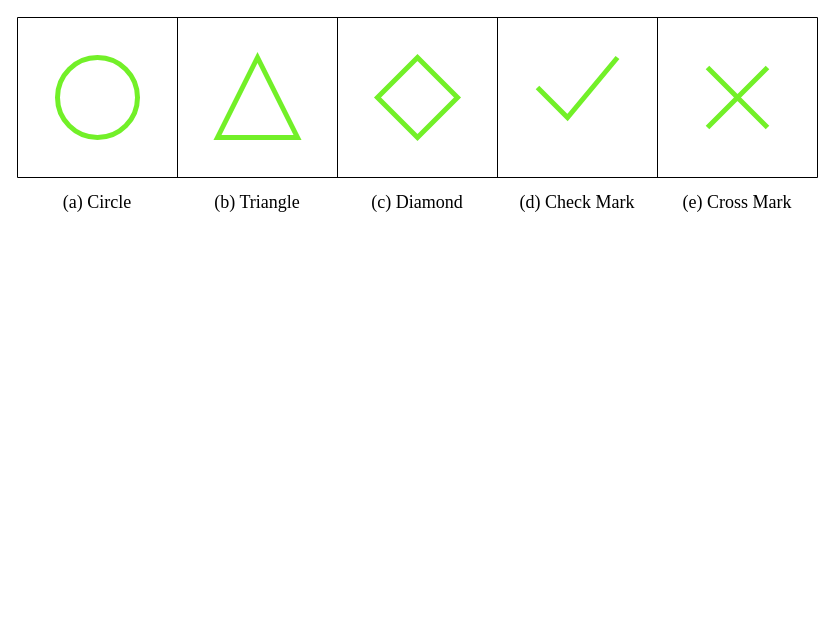
Before: Untitled Diagram.drawio in fengliang2023/test, a draw.io diagram. Source tidied: cells renumbered, new cells numbered last; positions are measured from the earlier drawing's top-left corner, leaving out a move shared by most shapes. Both pictures are drawn from the tidied source at 100%, with x=0, y=0 at pixel (17, 17).
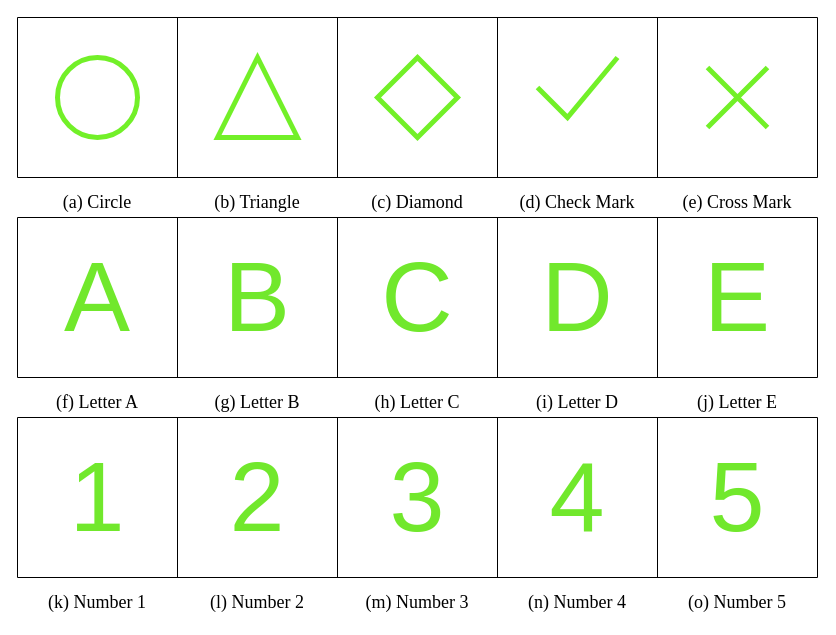
The same page after the edit.

The edit, as a diff of the source:
```diff
@@
+    <mxCell id="20" style="group;" parent="1" vertex="1">
+      <mxGeometry width="800" height="200" as="geometry" />
+    </mxCell>
-    <mxCell id="2" style="ellipse;whiteSpace=wrap;html=1;strokeWidth=5;fillColor=none;gradientColor=#97d077;strokeColor=#72F028;" parent="1" vertex="1">
+    <mxCell id="2" style="ellipse;whiteSpace=wrap;html=1;strokeWidth=5;fillColor=none;gradientColor=#97d077;strokeColor=#72F028;" parent="20" vertex="1">
       <mxGeometry x="40" y="40" width="80" height="80" as="geometry" />
     </mxCell>
-    <mxCell id="3" style="rhombus;whiteSpace=wrap;html=1;strokeWidth=5;strokeColor=#72F028;" parent="1" vertex="1">
+    <mxCell id="3" style="rhombus;whiteSpace=wrap;html=1;strokeWidth=5;strokeColor=#72F028;" parent="20" vertex="1">
       <mxGeometry x="360" y="40" width="80" height="80" as="geometry" />
     </mxCell>
-    <mxCell id="4" style="shape=mxgraph.sysml.x;strokeWidth=5;direction=south;strokeColor=#72F028;" parent="1" vertex="1">
+    <mxCell id="4" style="shape=mxgraph.sysml.x;strokeWidth=5;direction=south;strokeColor=#72F028;" parent="20" vertex="1">
       <mxGeometry x="690" y="50" width="60" height="60" as="geometry" />
     </mxCell>
-    <mxCell id="5" style="endArrow=none;html=1;rounded=0;" parent="1" edge="1">
+    <mxCell id="5" style="endArrow=none;html=1;rounded=0;" parent="20" edge="1">
       <mxGeometry relative="1" as="geometry">
         <mxPoint as="sourcePoint" />
         <mxPoint x="800" as="targetPoint" />
       </mxGeometry>
     </mxCell>
-    <mxCell id="6" style="endArrow=none;html=1;rounded=0;" parent="1" edge="1">
+    <mxCell id="6" style="endArrow=none;html=1;rounded=0;" parent="20" edge="1">
       <mxGeometry relative="1" as="geometry">
         <mxPoint y="160" as="sourcePoint" />
         <mxPoint x="800" y="160" as="targetPoint" />
       </mxGeometry>
     </mxCell>
-    <mxCell id="7" style="endArrow=none;html=1;rounded=0;" parent="1" edge="1">
+    <mxCell id="7" style="endArrow=none;html=1;rounded=0;" parent="20" edge="1">
       <mxGeometry relative="1" as="geometry">
         <mxPoint y="160" as="sourcePoint" />
         <mxPoint as="targetPoint" />
       </mxGeometry>
     </mxCell>
-    <mxCell id="8" style="endArrow=none;html=1;rounded=0;" parent="1" edge="1">
+    <mxCell id="8" style="endArrow=none;html=1;rounded=0;" parent="20" edge="1">
       <mxGeometry relative="1" as="geometry">
         <mxPoint x="160" y="160" as="sourcePoint" />
         <mxPoint x="160" as="targetPoint" />
       </mxGeometry>
     </mxCell>
-    <mxCell id="9" style="endArrow=none;html=1;rounded=0;" parent="1" edge="1">
+    <mxCell id="9" style="endArrow=none;html=1;rounded=0;" parent="20" edge="1">
       <mxGeometry relative="1" as="geometry">
         <mxPoint x="320" y="160" as="sourcePoint" />
         <mxPoint x="320" as="targetPoint" />
       </mxGeometry>
     </mxCell>
-    <mxCell id="10" style="endArrow=none;html=1;rounded=0;" parent="1" edge="1">
+    <mxCell id="10" style="endArrow=none;html=1;rounded=0;" parent="20" edge="1">
       <mxGeometry relative="1" as="geometry">
         <mxPoint x="480" y="160" as="sourcePoint" />
         <mxPoint x="480" as="targetPoint" />
       </mxGeometry>
     </mxCell>
-    <mxCell id="11" style="endArrow=none;html=1;rounded=0;" parent="1" edge="1">
+    <mxCell id="11" style="endArrow=none;html=1;rounded=0;" parent="20" edge="1">
       <mxGeometry relative="1" as="geometry">
         <mxPoint x="640" y="160" as="sourcePoint" />
         <mxPoint x="640" as="targetPoint" />
       </mxGeometry>
     </mxCell>
-    <mxCell id="12" style="endArrow=none;html=1;rounded=0;" parent="1" edge="1">
+    <mxCell id="12" style="endArrow=none;html=1;rounded=0;" parent="20" edge="1">
       <mxGeometry relative="1" as="geometry">
         <mxPoint x="800" y="160" as="sourcePoint" />
         <mxPoint x="800" as="targetPoint" />
       </mxGeometry>
     </mxCell>
-    <mxCell id="13" style="triangle;whiteSpace=wrap;html=1;rotation=-90;strokeWidth=5;gradientColor=default;fillColor=none;strokeColor=#72F028;" parent="1" vertex="1">
+    <mxCell id="13" style="triangle;whiteSpace=wrap;html=1;rotation=-90;strokeWidth=5;gradientColor=default;fillColor=none;strokeColor=#72F028;" parent="20" vertex="1">
       <mxGeometry x="200" y="40" width="80" height="80" as="geometry" />
     </mxCell>
-    <mxCell id="14" value="&lt;font style=&quot;font-size: 18px; font-weight: normal;&quot; face=&quot;Times New Roman&quot;&gt;(a) Circle&lt;/font&gt;" style="text;strokeColor=none;align=center;fillColor=none;html=1;verticalAlign=middle;whiteSpace=wrap;rounded=0;fontStyle=1;" parent="1" vertex="1">
+    <mxCell id="14" value="&lt;font style=&quot;font-size: 18px; font-weight: normal;&quot; face=&quot;Times New Roman&quot;&gt;(a) Circle&lt;/font&gt;" style="text;strokeColor=none;align=center;fillColor=none;html=1;verticalAlign=middle;whiteSpace=wrap;rounded=0;fontStyle=1;" parent="20" vertex="1">
       <mxGeometry y="170" width="160" height="30" as="geometry" />
     </mxCell>
-    <mxCell id="15" value="&lt;font style=&quot;font-size: 18px;&quot; face=&quot;Times New Roman&quot;&gt;(b) Triangle&lt;/font&gt;" style="text;strokeColor=none;align=center;fillColor=none;html=1;verticalAlign=middle;whiteSpace=wrap;rounded=0;" parent="1" vertex="1">
+    <mxCell id="15" value="&lt;font style=&quot;font-size: 18px;&quot; face=&quot;Times New Roman&quot;&gt;(b) Triangle&lt;/font&gt;" style="text;strokeColor=none;align=center;fillColor=none;html=1;verticalAlign=middle;whiteSpace=wrap;rounded=0;" parent="20" vertex="1">
       <mxGeometry x="160" y="170" width="160" height="30" as="geometry" />
     </mxCell>
-    <mxCell id="16" value="&lt;font style=&quot;font-size: 18px;&quot; face=&quot;Times New Roman&quot;&gt;(c) Diamond&lt;/font&gt;" style="text;strokeColor=none;align=center;fillColor=none;html=1;verticalAlign=middle;whiteSpace=wrap;rounded=0;" parent="1" vertex="1">
+    <mxCell id="16" value="&lt;font style=&quot;font-size: 18px;&quot; face=&quot;Times New Roman&quot;&gt;(c) Diamond&lt;/font&gt;" style="text;strokeColor=none;align=center;fillColor=none;html=1;verticalAlign=middle;whiteSpace=wrap;rounded=0;" parent="20" vertex="1">
       <mxGeometry x="320" y="170" width="160" height="30" as="geometry" />
     </mxCell>
-    <mxCell id="17" value="&lt;font style=&quot;font-size: 18px;&quot; face=&quot;Times New Roman&quot;&gt;(d) Check Mark&lt;/font&gt;" style="text;strokeColor=none;align=center;fillColor=none;html=1;verticalAlign=middle;whiteSpace=wrap;rounded=0;" parent="1" vertex="1">
+    <mxCell id="17" value="&lt;font style=&quot;font-size: 18px;&quot; face=&quot;Times New Roman&quot;&gt;(d) Check Mark&lt;/font&gt;" style="text;strokeColor=none;align=center;fillColor=none;html=1;verticalAlign=middle;whiteSpace=wrap;rounded=0;" parent="20" vertex="1">
       <mxGeometry x="480" y="170" width="160" height="30" as="geometry" />
     </mxCell>
-    <mxCell id="18" value="&lt;font style=&quot;font-size: 18px;&quot; face=&quot;Times New Roman&quot;&gt;(e) Cross Mark&lt;/font&gt;" style="text;strokeColor=none;align=center;fillColor=none;html=1;verticalAlign=middle;whiteSpace=wrap;rounded=0;" parent="1" vertex="1">
+    <mxCell id="18" value="&lt;font style=&quot;font-size: 18px;&quot; face=&quot;Times New Roman&quot;&gt;(e) Cross Mark&lt;/font&gt;" style="text;strokeColor=none;align=center;fillColor=none;html=1;verticalAlign=middle;whiteSpace=wrap;rounded=0;" parent="20" vertex="1">
       <mxGeometry x="640" y="170" width="160" height="30" as="geometry" />
     </mxCell>
-    <mxCell id="19" style="endArrow=none;html=1;rounded=0;strokeWidth=5;strokeColor=#72F028;" parent="1" edge="1">
+    <mxCell id="19" style="endArrow=none;html=1;rounded=0;strokeWidth=5;strokeColor=#72F028;" parent="20" edge="1">
       <mxGeometry relative="1" as="geometry">
         <mxPoint x="600" y="40" as="sourcePoint" />
         <mxPoint x="520" y="70" as="targetPoint" />
         <Array as="points">
           <mxPoint x="550" y="100" />
         </Array>
       </mxGeometry>
     </mxCell>
+    <mxCell id="21" style="group;" parent="1" vertex="1">
+      <mxGeometry y="200" width="800" height="400" as="geometry" />
+    </mxCell>
+    <mxCell id="22" style="endArrow=none;html=1;rounded=0;" parent="21" edge="1">
+      <mxGeometry relative="1" as="geometry">
+        <mxPoint as="sourcePoint" />
+        <mxPoint x="800" as="targetPoint" />
+      </mxGeometry>
+    </mxCell>
+    <mxCell id="23" style="endArrow=none;html=1;rounded=0;" parent="21" edge="1">
+      <mxGeometry relative="1" as="geometry">
+        <mxPoint y="160" as="sourcePoint" />
+        <mxPoint x="800" y="160" as="targetPoint" />
+      </mxGeometry>
+    </mxCell>
+    <mxCell id="24" style="endArrow=none;html=1;rounded=0;" parent="21" edge="1">
+      <mxGeometry relative="1" as="geometry">
+        <mxPoint y="160" as="sourcePoint" />
+        <mxPoint as="targetPoint" />
+      </mxGeometry>
+    </mxCell>
+    <mxCell id="25" style="endArrow=none;html=1;rounded=0;" parent="21" edge="1">
+      <mxGeometry relative="1" as="geometry">
+        <mxPoint x="160" y="160" as="sourcePoint" />
+        <mxPoint x="160" as="targetPoint" />
+      </mxGeometry>
+    </mxCell>
+    <mxCell id="26" style="endArrow=none;html=1;rounded=0;" parent="21" edge="1">
+      <mxGeometry relative="1" as="geometry">
+        <mxPoint x="320" y="160" as="sourcePoint" />
+        <mxPoint x="320" as="targetPoint" />
+      </mxGeometry>
+    </mxCell>
+    <mxCell id="27" style="endArrow=none;html=1;rounded=0;" parent="21" edge="1">
+      <mxGeometry relative="1" as="geometry">
+        <mxPoint x="480" y="160" as="sourcePoint" />
+        <mxPoint x="480" as="targetPoint" />
+      </mxGeometry>
+    </mxCell>
+    <mxCell id="28" style="endArrow=none;html=1;rounded=0;" parent="21" edge="1">
+      <mxGeometry relative="1" as="geometry">
+        <mxPoint x="640" y="160" as="sourcePoint" />
+        <mxPoint x="640" as="targetPoint" />
+      </mxGeometry>
+    </mxCell>
+    <mxCell id="29" style="endArrow=none;html=1;rounded=0;" parent="21" edge="1">
+      <mxGeometry relative="1" as="geometry">
+        <mxPoint x="800" y="160" as="sourcePoint" />
+        <mxPoint x="800" as="targetPoint" />
+      </mxGeometry>
+    </mxCell>
+    <mxCell id="30" value="&lt;font style=&quot;font-size: 18px; font-weight: normal;&quot; face=&quot;Times New Roman&quot;&gt;(f) Letter A&lt;/font&gt;" style="text;strokeColor=none;align=center;fillColor=none;html=1;verticalAlign=middle;whiteSpace=wrap;rounded=0;fontStyle=1;" parent="21" vertex="1">
+      <mxGeometry y="170" width="160" height="30" as="geometry" />
+    </mxCell>
+    <mxCell id="31" value="&lt;font style=&quot;font-size: 18px;&quot; face=&quot;Times New Roman&quot;&gt;(g) Letter B&lt;/font&gt;" style="text;strokeColor=none;align=center;fillColor=none;html=1;verticalAlign=middle;whiteSpace=wrap;rounded=0;" parent="21" vertex="1">
+      <mxGeometry x="160" y="170" width="160" height="30" as="geometry" />
+    </mxCell>
+    <mxCell id="32" value="&lt;font style=&quot;font-size: 18px;&quot; face=&quot;Times New Roman&quot;&gt;(h) Letter C&lt;/font&gt;" style="text;strokeColor=none;align=center;fillColor=none;html=1;verticalAlign=middle;whiteSpace=wrap;rounded=0;" parent="21" vertex="1">
+      <mxGeometry x="320" y="170" width="160" height="30" as="geometry" />
+    </mxCell>
+    <mxCell id="33" value="&lt;font style=&quot;font-size: 18px;&quot; face=&quot;Times New Roman&quot;&gt;(i) Letter D&lt;/font&gt;" style="text;strokeColor=none;align=center;fillColor=none;html=1;verticalAlign=middle;whiteSpace=wrap;rounded=0;" parent="21" vertex="1">
+      <mxGeometry x="480" y="170" width="160" height="30" as="geometry" />
+    </mxCell>
+    <mxCell id="34" value="&lt;font style=&quot;font-size: 18px;&quot; face=&quot;Times New Roman&quot;&gt;(j) Letter E&lt;/font&gt;" style="text;strokeColor=none;align=center;fillColor=none;html=1;verticalAlign=middle;whiteSpace=wrap;rounded=0;" parent="21" vertex="1">
+      <mxGeometry x="640" y="170" width="160" height="30" as="geometry" />
+    </mxCell>
+    <mxCell id="35" style="group;" parent="21" vertex="1">
+      <mxGeometry y="200" width="800" height="200" as="geometry" />
+    </mxCell>
+    <mxCell id="36" style="endArrow=none;html=1;rounded=0;" parent="35" edge="1">
+      <mxGeometry relative="1" as="geometry">
+        <mxPoint as="sourcePoint" />
+        <mxPoint x="800" as="targetPoint" />
+      </mxGeometry>
+    </mxCell>
+    <mxCell id="37" style="endArrow=none;html=1;rounded=0;" parent="35" edge="1">
+      <mxGeometry relative="1" as="geometry">
+        <mxPoint y="160" as="sourcePoint" />
+        <mxPoint x="800" y="160" as="targetPoint" />
+      </mxGeometry>
+    </mxCell>
+    <mxCell id="38" style="endArrow=none;html=1;rounded=0;" parent="35" edge="1">
+      <mxGeometry relative="1" as="geometry">
+        <mxPoint y="160" as="sourcePoint" />
+        <mxPoint as="targetPoint" />
+      </mxGeometry>
+    </mxCell>
+    <mxCell id="39" style="endArrow=none;html=1;rounded=0;" parent="35" edge="1">
+      <mxGeometry relative="1" as="geometry">
+        <mxPoint x="160" y="160" as="sourcePoint" />
+        <mxPoint x="160" as="targetPoint" />
+      </mxGeometry>
+    </mxCell>
+    <mxCell id="40" style="endArrow=none;html=1;rounded=0;" parent="35" edge="1">
+      <mxGeometry relative="1" as="geometry">
+        <mxPoint x="320" y="160" as="sourcePoint" />
+        <mxPoint x="320" as="targetPoint" />
+      </mxGeometry>
+    </mxCell>
+    <mxCell id="41" style="endArrow=none;html=1;rounded=0;" parent="35" edge="1">
+      <mxGeometry relative="1" as="geometry">
+        <mxPoint x="480" y="160" as="sourcePoint" />
+        <mxPoint x="480" as="targetPoint" />
+      </mxGeometry>
+    </mxCell>
+    <mxCell id="42" style="endArrow=none;html=1;rounded=0;" parent="35" edge="1">
+      <mxGeometry relative="1" as="geometry">
+        <mxPoint x="640" y="160" as="sourcePoint" />
+        <mxPoint x="640" as="targetPoint" />
+      </mxGeometry>
+    </mxCell>
+    <mxCell id="43" style="endArrow=none;html=1;rounded=0;" parent="35" edge="1">
+      <mxGeometry relative="1" as="geometry">
+        <mxPoint x="800" y="160" as="sourcePoint" />
+        <mxPoint x="800" as="targetPoint" />
+      </mxGeometry>
+    </mxCell>
+    <mxCell id="44" value="&lt;font style=&quot;font-size: 18px; font-weight: normal;&quot; face=&quot;Times New Roman&quot;&gt;(k) Number 1&lt;/font&gt;" style="text;strokeColor=none;align=center;fillColor=none;html=1;verticalAlign=middle;whiteSpace=wrap;rounded=0;fontStyle=1;" parent="35" vertex="1">
+      <mxGeometry y="170" width="160" height="30" as="geometry" />
+    </mxCell>
+    <mxCell id="45" value="&lt;font style=&quot;font-size: 18px;&quot; face=&quot;Times New Roman&quot;&gt;(l) Number 2&lt;/font&gt;" style="text;strokeColor=none;align=center;fillColor=none;html=1;verticalAlign=middle;whiteSpace=wrap;rounded=0;" parent="35" vertex="1">
+      <mxGeometry x="160" y="170" width="160" height="30" as="geometry" />
+    </mxCell>
+    <mxCell id="46" value="&lt;font style=&quot;font-size: 18px;&quot; face=&quot;Times New Roman&quot;&gt;(m) Number 3&lt;/font&gt;" style="text;strokeColor=none;align=center;fillColor=none;html=1;verticalAlign=middle;whiteSpace=wrap;rounded=0;" parent="35" vertex="1">
+      <mxGeometry x="320" y="170" width="160" height="30" as="geometry" />
+    </mxCell>
+    <mxCell id="47" value="&lt;font style=&quot;font-size: 18px;&quot; face=&quot;Times New Roman&quot;&gt;(n) Number 4&lt;/font&gt;" style="text;strokeColor=none;align=center;fillColor=none;html=1;verticalAlign=middle;whiteSpace=wrap;rounded=0;" parent="35" vertex="1">
+      <mxGeometry x="480" y="170" width="160" height="30" as="geometry" />
+    </mxCell>
+    <mxCell id="48" value="&lt;font style=&quot;font-size: 18px;&quot; face=&quot;Times New Roman&quot;&gt;(o) Number 5&lt;/font&gt;" style="text;strokeColor=none;align=center;fillColor=none;html=1;verticalAlign=middle;whiteSpace=wrap;rounded=0;" parent="35" vertex="1">
+      <mxGeometry x="640" y="170" width="160" height="30" as="geometry" />
+    </mxCell>
+    <mxCell id="49" value="&lt;span&gt;&lt;font style=&quot;&quot;&gt;&lt;font color=&quot;#71e82c&quot;&gt;&lt;span style=&quot;font-size: 99px;&quot;&gt;1&lt;/span&gt;&lt;/font&gt;&lt;br&gt;&lt;/font&gt;&lt;/span&gt;" style="text;strokeColor=none;align=center;fillColor=none;html=1;verticalAlign=middle;whiteSpace=wrap;rounded=0;fontStyle=0;" parent="35" vertex="1">
+      <mxGeometry x="40" y="40" width="80" height="80" as="geometry" />
+    </mxCell>
+    <mxCell id="50" value="&lt;span&gt;&lt;font style=&quot;&quot;&gt;&lt;font color=&quot;#71e82c&quot;&gt;&lt;span style=&quot;font-size: 99px;&quot;&gt;2&lt;/span&gt;&lt;/font&gt;&lt;br&gt;&lt;/font&gt;&lt;/span&gt;" style="text;strokeColor=none;align=center;fillColor=none;html=1;verticalAlign=middle;whiteSpace=wrap;rounded=0;fontStyle=0;" parent="35" vertex="1">
+      <mxGeometry x="200" y="40" width="80" height="80" as="geometry" />
+    </mxCell>
+    <mxCell id="51" value="&lt;span&gt;&lt;font style=&quot;&quot;&gt;&lt;font color=&quot;#71e82c&quot;&gt;&lt;span style=&quot;font-size: 99px;&quot;&gt;3&lt;/span&gt;&lt;/font&gt;&lt;br&gt;&lt;/font&gt;&lt;/span&gt;" style="text;strokeColor=none;align=center;fillColor=none;html=1;verticalAlign=middle;whiteSpace=wrap;rounded=0;fontStyle=0;" parent="35" vertex="1">
+      <mxGeometry x="360" y="40" width="80" height="80" as="geometry" />
+    </mxCell>
+    <mxCell id="52" value="&lt;span&gt;&lt;font style=&quot;&quot;&gt;&lt;font color=&quot;#71e82c&quot;&gt;&lt;span style=&quot;font-size: 99px;&quot;&gt;4&lt;/span&gt;&lt;/font&gt;&lt;br&gt;&lt;/font&gt;&lt;/span&gt;" style="text;strokeColor=none;align=center;fillColor=none;html=1;verticalAlign=middle;whiteSpace=wrap;rounded=0;fontStyle=0;" parent="35" vertex="1">
+      <mxGeometry x="520" y="40" width="80" height="80" as="geometry" />
+    </mxCell>
+    <mxCell id="53" value="&lt;span&gt;&lt;font style=&quot;&quot;&gt;&lt;font color=&quot;#71e82c&quot;&gt;&lt;span style=&quot;font-size: 99px;&quot;&gt;5&lt;/span&gt;&lt;/font&gt;&lt;br&gt;&lt;/font&gt;&lt;/span&gt;" style="text;strokeColor=none;align=center;fillColor=none;html=1;verticalAlign=middle;whiteSpace=wrap;rounded=0;fontStyle=0;" parent="35" vertex="1">
+      <mxGeometry x="680" y="40" width="80" height="80" as="geometry" />
+    </mxCell>
+    <mxCell id="54" value="&lt;span&gt;&lt;font style=&quot;&quot;&gt;&lt;font color=&quot;#71e82c&quot;&gt;&lt;span style=&quot;font-size: 99px;&quot;&gt;A&lt;/span&gt;&lt;/font&gt;&lt;br&gt;&lt;/font&gt;&lt;/span&gt;" style="text;strokeColor=none;align=center;fillColor=none;html=1;verticalAlign=middle;whiteSpace=wrap;rounded=0;fontStyle=0;" parent="21" vertex="1">
+      <mxGeometry x="40" y="40" width="80" height="80" as="geometry" />
+    </mxCell>
+    <mxCell id="55" value="&lt;span&gt;&lt;font style=&quot;&quot;&gt;&lt;font color=&quot;#71e82c&quot;&gt;&lt;span style=&quot;font-size: 99px;&quot;&gt;B&lt;/span&gt;&lt;/font&gt;&lt;br&gt;&lt;/font&gt;&lt;/span&gt;" style="text;strokeColor=none;align=center;fillColor=none;html=1;verticalAlign=middle;whiteSpace=wrap;rounded=0;fontStyle=0;" parent="21" vertex="1">
+      <mxGeometry x="200" y="40" width="80" height="80" as="geometry" />
+    </mxCell>
+    <mxCell id="56" value="&lt;span&gt;&lt;font style=&quot;&quot;&gt;&lt;font color=&quot;#71e82c&quot;&gt;&lt;span style=&quot;font-size: 99px;&quot;&gt;C&lt;/span&gt;&lt;/font&gt;&lt;br&gt;&lt;/font&gt;&lt;/span&gt;" style="text;strokeColor=none;align=center;fillColor=none;html=1;verticalAlign=middle;whiteSpace=wrap;rounded=0;fontStyle=0;" parent="21" vertex="1">
+      <mxGeometry x="360" y="40" width="80" height="80" as="geometry" />
+    </mxCell>
+    <mxCell id="57" value="&lt;span&gt;&lt;font style=&quot;&quot;&gt;&lt;font color=&quot;#71e82c&quot;&gt;&lt;span style=&quot;font-size: 99px;&quot;&gt;D&lt;/span&gt;&lt;/font&gt;&lt;br&gt;&lt;/font&gt;&lt;/span&gt;" style="text;strokeColor=none;align=center;fillColor=none;html=1;verticalAlign=middle;whiteSpace=wrap;rounded=0;fontStyle=0;" parent="21" vertex="1">
+      <mxGeometry x="520" y="40" width="80" height="80" as="geometry" />
+    </mxCell>
+    <mxCell id="58" value="&lt;span&gt;&lt;font style=&quot;&quot;&gt;&lt;font color=&quot;#71e82c&quot;&gt;&lt;span style=&quot;font-size: 99px;&quot;&gt;E&lt;/span&gt;&lt;/font&gt;&lt;br&gt;&lt;/font&gt;&lt;/span&gt;" style="text;strokeColor=none;align=center;fillColor=none;html=1;verticalAlign=middle;whiteSpace=wrap;rounded=0;fontStyle=0;" parent="21" vertex="1">
+      <mxGeometry x="680" y="40" width="80" height="80" as="geometry" />
+    </mxCell>
```
